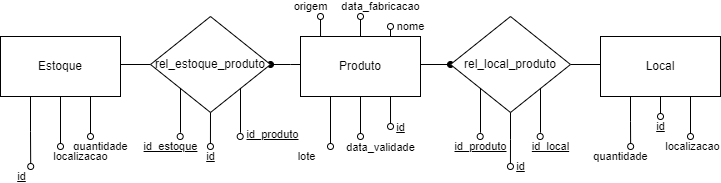
h-ssiqueira/Supermercado keeps this draw.io diagram as diagramas/MER.png. Above is the earlier version. Source tidied: cells renumbered, new cells last; positions are measured from the earlier drawing's top-left corner, leaving out a move shared by most shapes.
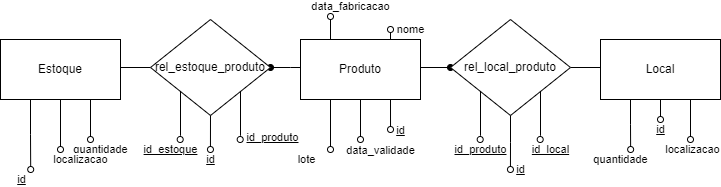
The same file after the commit.

Change to the diagram source:
```diff
@@ -3,206 +3,192 @@
     <mxCell id="0" />
     <mxCell id="1" parent="0" />
     <mxCell id="2" style="group;" parent="1" vertex="1">
-      <mxGeometry x="300" y="20" width="160" height="110" as="geometry" />
+      <mxGeometry x="300" y="20" width="120" height="130" as="geometry" />
     </mxCell>
     <mxCell id="3" style="group;" parent="2" vertex="1">
-      <mxGeometry y="-20" width="120" height="130" as="geometry" />
+      <mxGeometry width="120" height="130" as="geometry" />
     </mxCell>
-    <mxCell id="4" style="group;" parent="3" vertex="1">
-      <mxGeometry y="20" width="120" height="110" as="geometry" />
+    <mxCell id="4" style="edgeStyle=orthogonalEdgeStyle;rounded=0;jettySize=auto;html=1;exitX=0.25;exitY=1;exitDx=0;exitDy=0;endArrow=oval;endFill=0;" parent="3" edge="1" source="6">
+      <mxGeometry relative="1" as="geometry">
+        <mxPoint x="30.2" y="130" as="targetPoint" />
+      </mxGeometry>
     </mxCell>
-    <mxCell id="5" style="edgeStyle=orthogonalEdgeStyle;rounded=0;jettySize=auto;html=1;exitX=0.5;exitY=1;exitDx=0;exitDy=0;endArrow=oval;endFill=0;" parent="4" edge="1" source="10">
-      <mxGeometry relative="1" as="geometry">
-        <mxPoint x="60" y="100" as="targetPoint" />
+    <mxCell id="5" value="id" style="edgeLabel;html=1;align=center;verticalAlign=middle;fontStyle=4;" parent="4" vertex="1">
+      <mxGeometry x="0.91" y="-1" relative="1" as="geometry">
+        <mxPoint x="-9" y="13" as="offset" />
       </mxGeometry>
     </mxCell>
-    <mxCell id="6" value="data_validade" style="edgeLabel;html=1;align=center;verticalAlign=middle;points=[];" parent="5" vertex="1">
-      <mxGeometry x="0.9" relative="1" as="geometry">
-        <mxPoint x="20" y="12" as="offset" />
-      </mxGeometry>
+    <mxCell id="6" value="Estoque" style="rounded=0;whiteSpace=wrap;html=1;" parent="3" vertex="1">
+      <mxGeometry width="120" height="60" as="geometry" />
     </mxCell>
-    <mxCell id="7" style="edgeStyle=orthogonalEdgeStyle;rounded=0;jettySize=auto;html=1;exitX=0.75;exitY=1;exitDx=0;exitDy=0;endArrow=oval;endFill=0;" parent="4" edge="1" source="10">
-      <mxGeometry relative="1" as="geometry">
-        <mxPoint x="90" y="90" as="targetPoint" />
+    <mxCell id="7" value="quantidade" style="edgeStyle=orthogonalEdgeStyle;rounded=0;jettySize=auto;html=1;exitX=0.75;exitY=1;exitDx=0;exitDy=0;endArrow=oval;endFill=0;strokeWidth=1;" parent="2" edge="1" source="6">
+      <mxGeometry x="1" y="14" relative="1" as="geometry">
+        <mxPoint x="90" y="100" as="targetPoint" />
+        <mxPoint x="-4" y="10" as="offset" />
       </mxGeometry>
     </mxCell>
-    <mxCell id="8" value="id" style="edgeLabel;html=1;align=center;verticalAlign=middle;fontStyle=4;" parent="7" vertex="1">
-      <mxGeometry x="0.86" relative="1" as="geometry">
-        <mxPoint x="10" y="2" as="offset" />
-      </mxGeometry>
+    <mxCell id="8" style="group;" parent="1" vertex="1">
+      <mxGeometry x="900" y="20" width="120" height="100" as="geometry" />
     </mxCell>
-    <mxCell id="9" value="lote" style="edgeStyle=orthogonalEdgeStyle;rounded=0;jettySize=auto;html=1;exitX=0.25;exitY=1;exitDx=0;exitDy=0;endArrow=oval;endFill=0;" parent="4" edge="1" source="10">
-      <mxGeometry x="1" y="14" relative="1" as="geometry">
-        <mxPoint x="30" y="110" as="targetPoint" />
-        <Array as="points">
-          <mxPoint x="30" y="110" />
-        </Array>
-        <mxPoint x="-10" y="10" as="offset" />
+    <mxCell id="9" style="edgeStyle=orthogonalEdgeStyle;rounded=0;jettySize=auto;html=1;exitX=0.5;exitY=1;exitDx=0;exitDy=0;endArrow=oval;endFill=0;" parent="8" edge="1" source="13">
+      <mxGeometry relative="1" as="geometry">
+        <mxPoint x="60" y="80" as="targetPoint" />
       </mxGeometry>
     </mxCell>
-    <mxCell id="10" value="Produto" style="rounded=0;whiteSpace=wrap;html=1;" parent="4" vertex="1">
-      <mxGeometry width="120" height="60" as="geometry" />
+    <mxCell id="10" value="id" style="edgeLabel;html=1;align=center;verticalAlign=middle;points=[];fontStyle=4;" parent="9" vertex="1">
+      <mxGeometry x="1" y="-2" relative="1" as="geometry">
+        <mxPoint x="2" y="10" as="offset" />
+      </mxGeometry>
     </mxCell>
-    <mxCell id="11" value="data_fabricacao" style="edgeStyle=orthogonalEdgeStyle;rounded=0;jettySize=auto;html=1;endArrow=oval;endFill=0;strokeWidth=1;exitX=0.5;exitY=0;exitDx=0;exitDy=0;" parent="3" edge="1" source="10">
-      <mxGeometry x="1" y="-22" relative="1" as="geometry">
-        <mxPoint x="60" as="targetPoint" />
-        <mxPoint x="-2" y="-10" as="offset" />
+    <mxCell id="11" style="edgeStyle=orthogonalEdgeStyle;rounded=0;jettySize=auto;html=1;exitX=0.75;exitY=1;exitDx=0;exitDy=0;endArrow=oval;endFill=0;" parent="8" edge="1" source="13">
+      <mxGeometry relative="1" as="geometry">
+        <mxPoint x="90" y="100" as="targetPoint" />
       </mxGeometry>
     </mxCell>
-    <mxCell id="12" value="origem" style="edgeStyle=orthogonalEdgeStyle;rounded=0;jettySize=auto;html=1;exitX=0.167;exitY=0;exitDx=0;exitDy=0;endArrow=oval;endFill=0;strokeWidth=1;exitPerimeter=0;" parent="3" edge="1" source="10">
-      <mxGeometry x="1" y="14" relative="1" as="geometry">
-        <mxPoint x="20" as="targetPoint" />
-        <mxPoint x="4" y="-10" as="offset" />
+    <mxCell id="12" value="localizacao" style="edgeLabel;html=1;align=center;verticalAlign=middle;" parent="11" vertex="1">
+      <mxGeometry x="0.98" y="2" relative="1" as="geometry">
+        <mxPoint y="10" as="offset" />
       </mxGeometry>
     </mxCell>
-    <mxCell id="13" style="group;" parent="1" vertex="1">
-      <mxGeometry y="20" width="120" height="130" as="geometry" />
+    <mxCell id="13" value="Local" style="rounded=0;whiteSpace=wrap;html=1;" parent="8" vertex="1">
+      <mxGeometry width="120" height="60" as="geometry" />
     </mxCell>
-    <mxCell id="14" style="group;" parent="13" vertex="1">
-      <mxGeometry width="120" height="130" as="geometry" />
+    <mxCell id="14" value="quantidade" style="edgeStyle=orthogonalEdgeStyle;rounded=0;jettySize=auto;html=1;exitX=0.25;exitY=1;exitDx=0;exitDy=0;endArrow=oval;endFill=0;strokeWidth=1;" parent="1" edge="1" source="13">
+      <mxGeometry x="1" y="-14" relative="1" as="geometry">
+        <mxPoint x="930.1" y="130" as="targetPoint" />
+        <mxPoint x="4" y="10" as="offset" />
+      </mxGeometry>
     </mxCell>
-    <mxCell id="15" style="edgeStyle=orthogonalEdgeStyle;rounded=0;jettySize=auto;html=1;exitX=0.25;exitY=1;exitDx=0;exitDy=0;endArrow=oval;endFill=0;" parent="14" edge="1" source="17">
-      <mxGeometry relative="1" as="geometry">
-        <mxPoint x="30.2" y="130" as="targetPoint" />
+    <mxCell id="15" value="localizacao" style="edgeStyle=orthogonalEdgeStyle;rounded=0;jettySize=auto;html=1;exitX=0.5;exitY=1;exitDx=0;exitDy=0;endArrow=oval;endFill=0;" parent="1" edge="1" source="6">
+      <mxGeometry x="1" y="-10" relative="1" as="geometry">
+        <mxPoint x="360" y="130" as="targetPoint" />
+        <Array as="points">
+          <mxPoint x="360" y="130" />
+        </Array>
+        <mxPoint x="10" y="10" as="offset" />
       </mxGeometry>
     </mxCell>
-    <mxCell id="16" value="id" style="edgeLabel;html=1;align=center;verticalAlign=middle;fontStyle=4;" parent="15" vertex="1">
-      <mxGeometry x="0.91" y="-1" relative="1" as="geometry">
-        <mxPoint x="-9" y="13" as="offset" />
+    <mxCell id="16" style="edgeStyle=orthogonalEdgeStyle;rounded=0;jettySize=auto;html=1;exitX=1;exitY=0.5;exitDx=0;exitDy=0;entryX=0;entryY=0.5;entryDx=0;entryDy=0;endArrow=oval;endFill=1;" parent="1" edge="1" source="39" target="30">
+      <mxGeometry relative="1" as="geometry">
+        <Array as="points">
+          <mxPoint x="720" y="48" />
+        </Array>
       </mxGeometry>
     </mxCell>
-    <mxCell id="17" value="Estoque" style="rounded=0;whiteSpace=wrap;html=1;" parent="14" vertex="1">
-      <mxGeometry width="120" height="60" as="geometry" />
+    <mxCell id="17" style="edgeStyle=orthogonalEdgeStyle;rounded=0;jettySize=auto;html=1;exitX=1;exitY=0.5;exitDx=0;exitDy=0;entryX=0;entryY=0.5;entryDx=0;entryDy=0;endArrow=none;endFill=0;" parent="1" edge="1" source="30" target="13">
+      <mxGeometry relative="1" as="geometry" />
     </mxCell>
-    <mxCell id="18" value="quantidade" style="edgeStyle=orthogonalEdgeStyle;rounded=0;jettySize=auto;html=1;exitX=0.75;exitY=1;exitDx=0;exitDy=0;endArrow=oval;endFill=0;strokeWidth=1;" parent="13" edge="1" source="17">
-      <mxGeometry x="1" y="14" relative="1" as="geometry">
-        <mxPoint x="90" y="100" as="targetPoint" />
-        <mxPoint x="-4" y="10" as="offset" />
+    <mxCell id="18" style="edgeStyle=orthogonalEdgeStyle;rounded=0;jettySize=auto;html=1;exitX=1;exitY=0.5;exitDx=0;exitDy=0;entryX=0;entryY=0.5;entryDx=0;entryDy=0;endArrow=none;endFill=0;" parent="1" edge="1" source="6" target="24">
+      <mxGeometry relative="1" as="geometry">
+        <Array as="points">
+          <mxPoint x="420" y="48" />
+        </Array>
       </mxGeometry>
     </mxCell>
-    <mxCell id="19" style="group;" parent="1" vertex="1">
-      <mxGeometry x="600" y="20" width="120" height="100" as="geometry" />
+    <mxCell id="19" style="edgeStyle=orthogonalEdgeStyle;rounded=0;jettySize=auto;html=1;endArrow=oval;endFill=1;entryX=1;entryY=0.5;entryDx=0;entryDy=0;" parent="1" edge="1" source="39" target="24">
+      <mxGeometry relative="1" as="geometry">
+        <Array as="points">
+          <mxPoint x="590" y="48" />
+          <mxPoint x="590" y="48" />
+        </Array>
+      </mxGeometry>
     </mxCell>
-    <mxCell id="20" style="edgeStyle=orthogonalEdgeStyle;rounded=0;jettySize=auto;html=1;exitX=0.5;exitY=1;exitDx=0;exitDy=0;endArrow=oval;endFill=0;" parent="19" edge="1" source="24">
-      <mxGeometry relative="1" as="geometry">
-        <mxPoint x="60" y="80" as="targetPoint" />
-      </mxGeometry>
+    <mxCell id="20" style="group;" parent="1" vertex="1">
+      <mxGeometry x="450" width="120" height="130" as="geometry" />
     </mxCell>
-    <mxCell id="21" value="id" style="edgeLabel;html=1;align=center;verticalAlign=middle;fontStyle=4;" parent="20" vertex="1">
-      <mxGeometry x="1" y="-2" relative="1" as="geometry">
-        <mxPoint x="2" y="10" as="offset" />
-      </mxGeometry>
+    <mxCell id="21" style="group;" parent="20" vertex="1">
+      <mxGeometry width="120" height="120" as="geometry" />
     </mxCell>
-    <mxCell id="22" style="edgeStyle=orthogonalEdgeStyle;rounded=0;jettySize=auto;html=1;exitX=0.75;exitY=1;exitDx=0;exitDy=0;endArrow=oval;endFill=0;" parent="19" edge="1" source="24">
-      <mxGeometry relative="1" as="geometry">
-        <mxPoint x="90" y="100" as="targetPoint" />
+    <mxCell id="22" value="id_estoque" style="edgeStyle=orthogonalEdgeStyle;rounded=0;jettySize=auto;html=1;exitX=0;exitY=1;exitDx=0;exitDy=0;endArrow=oval;endFill=0;strokeWidth=1;fontStyle=4;" parent="21" edge="1" source="24">
+      <mxGeometry x="1" y="-14" relative="1" as="geometry">
+        <mxPoint x="29.7" y="120" as="targetPoint" />
+        <mxPoint x="4" y="10" as="offset" />
       </mxGeometry>
     </mxCell>
-    <mxCell id="23" value="localizacao" style="edgeLabel;html=1;align=center;verticalAlign=middle;" parent="22" vertex="1">
-      <mxGeometry x="0.98" y="2" relative="1" as="geometry">
-        <mxPoint y="10" as="offset" />
+    <mxCell id="23" value="id_produto" style="edgeStyle=orthogonalEdgeStyle;rounded=0;jettySize=auto;html=1;exitX=1;exitY=1;exitDx=0;exitDy=0;endArrow=oval;endFill=0;strokeWidth=1;fontStyle=4;" parent="21" edge="1" source="24">
+      <mxGeometry x="0.99" y="22" relative="1" as="geometry">
+        <mxPoint x="89.7" y="120" as="targetPoint" />
+        <mxPoint x="10" y="-2" as="offset" />
       </mxGeometry>
     </mxCell>
-    <mxCell id="24" value="Local" style="rounded=0;whiteSpace=wrap;html=1;" parent="19" vertex="1">
-      <mxGeometry width="120" height="60" as="geometry" />
+    <mxCell id="24" value="rel_estoque_produto" style="rhombus;whiteSpace=wrap;html=1;" parent="21" vertex="1">
+      <mxGeometry width="120" height="96" as="geometry" />
     </mxCell>
-    <mxCell id="25" value="quantidade" style="edgeStyle=orthogonalEdgeStyle;rounded=0;jettySize=auto;html=1;exitX=0.25;exitY=1;exitDx=0;exitDy=0;endArrow=oval;endFill=0;strokeWidth=1;" parent="1" edge="1" source="24">
-      <mxGeometry x="1" y="-14" relative="1" as="geometry">
-        <mxPoint x="630.1" y="130" as="targetPoint" />
-        <mxPoint x="4" y="10" as="offset" />
+    <mxCell id="25" value="&lt;u&gt;id&lt;/u&gt;" style="edgeStyle=orthogonalEdgeStyle;rounded=0;jettySize=auto;html=1;exitX=0.5;exitY=1;exitDx=0;exitDy=0;endArrow=oval;endFill=0;" parent="20" edge="1" source="24">
+      <mxGeometry x="1" y="10" relative="1" as="geometry">
+        <mxPoint x="59.9" y="130" as="targetPoint" />
+        <mxPoint x="-10" y="10" as="offset" />
       </mxGeometry>
     </mxCell>
-    <mxCell id="26" value="localizacao" style="edgeStyle=orthogonalEdgeStyle;rounded=0;jettySize=auto;html=1;exitX=0.5;exitY=1;exitDx=0;exitDy=0;endArrow=oval;endFill=0;" parent="1" edge="1" source="17">
-      <mxGeometry x="1" y="-10" relative="1" as="geometry">
-        <mxPoint x="60" y="130" as="targetPoint" />
-        <Array as="points">
-          <mxPoint x="60" y="130" />
-        </Array>
-        <mxPoint x="10" y="10" as="offset" />
-      </mxGeometry>
+    <mxCell id="26" style="group;" parent="1" vertex="1">
+      <mxGeometry x="750" width="120" height="150" as="geometry" />
     </mxCell>
-    <mxCell id="27" style="edgeStyle=orthogonalEdgeStyle;rounded=0;jettySize=auto;html=1;exitX=1;exitY=0.5;exitDx=0;exitDy=0;entryX=0;entryY=0.5;entryDx=0;entryDy=0;endArrow=oval;endFill=1;" parent="1" edge="1" source="10" target="41">
-      <mxGeometry relative="1" as="geometry">
-        <Array as="points">
-          <mxPoint x="420" y="48" />
-        </Array>
-      </mxGeometry>
+    <mxCell id="27" style="group;" parent="26" vertex="1">
+      <mxGeometry width="120" height="120" as="geometry" />
     </mxCell>
-    <mxCell id="28" style="edgeStyle=orthogonalEdgeStyle;rounded=0;jettySize=auto;html=1;exitX=1;exitY=0.5;exitDx=0;exitDy=0;entryX=0;entryY=0.5;entryDx=0;entryDy=0;endArrow=none;endFill=0;" parent="1" edge="1" source="41" target="24">
-      <mxGeometry relative="1" as="geometry" />
+    <mxCell id="28" value="id_produto" style="edgeStyle=orthogonalEdgeStyle;rounded=0;jettySize=auto;html=1;exitX=0;exitY=1;exitDx=0;exitDy=0;endArrow=oval;endFill=0;strokeWidth=1;fontStyle=4;" parent="27" edge="1" source="30">
+      <mxGeometry x="1" y="10" relative="1" as="geometry">
+        <mxPoint x="29.7" y="120" as="targetPoint" />
+        <mxPoint x="-10" y="10" as="offset" />
+      </mxGeometry>
     </mxCell>
-    <mxCell id="29" style="edgeStyle=orthogonalEdgeStyle;rounded=0;jettySize=auto;html=1;exitX=1;exitY=0.5;exitDx=0;exitDy=0;entryX=0;entryY=0.5;entryDx=0;entryDy=0;endArrow=none;endFill=0;" parent="1" edge="1" source="17" target="35">
-      <mxGeometry relative="1" as="geometry">
-        <Array as="points">
-          <mxPoint x="120" y="48" />
-        </Array>
+    <mxCell id="29" value="id_local" style="edgeStyle=orthogonalEdgeStyle;rounded=0;jettySize=auto;html=1;exitX=1;exitY=1;exitDx=0;exitDy=0;endArrow=oval;endFill=0;strokeWidth=1;fontStyle=4;" parent="27" edge="1" source="30">
+      <mxGeometry x="1" y="14" relative="1" as="geometry">
+        <mxPoint x="89.7" y="120" as="targetPoint" />
+        <mxPoint x="-4" y="10" as="offset" />
       </mxGeometry>
     </mxCell>
-    <mxCell id="30" style="edgeStyle=orthogonalEdgeStyle;rounded=0;jettySize=auto;html=1;endArrow=oval;endFill=1;entryX=1;entryY=0.5;entryDx=0;entryDy=0;" parent="1" edge="1" source="10" target="35">
-      <mxGeometry relative="1" as="geometry">
-        <Array as="points">
-          <mxPoint x="290" y="48" />
-          <mxPoint x="290" y="48" />
-        </Array>
-      </mxGeometry>
+    <mxCell id="30" value="rel_local_produto" style="rhombus;whiteSpace=wrap;html=1;" parent="27" vertex="1">
+      <mxGeometry width="120" height="96" as="geometry" />
     </mxCell>
-    <mxCell id="31" style="group;" parent="1" vertex="1">
-      <mxGeometry x="150" width="120" height="130" as="geometry" />
+    <mxCell id="31" value="&lt;u&gt;id&lt;/u&gt;" style="edgeStyle=orthogonalEdgeStyle;rounded=0;jettySize=auto;html=1;exitX=0.5;exitY=1;exitDx=0;exitDy=0;endArrow=oval;endFill=0;" parent="26" edge="1" source="30">
+      <mxGeometry x="1" y="10" relative="1" as="geometry">
+        <mxPoint x="59.9" y="150" as="targetPoint" />
+      </mxGeometry>
     </mxCell>
-    <mxCell id="32" style="group;" parent="31" vertex="1">
-      <mxGeometry width="120" height="120" as="geometry" />
+    <mxCell id="32" value="nome" style="edgeStyle=orthogonalEdgeStyle;rounded=0;jettySize=auto;html=1;exitX=0.75;exitY=0;exitDx=0;exitDy=0;endArrow=oval;endFill=0;" parent="1" edge="1" source="39">
+      <mxGeometry x="1" y="-20" relative="1" as="geometry">
+        <mxPoint x="690" y="10" as="targetPoint" />
+      </mxGeometry>
     </mxCell>
-    <mxCell id="33" value="id_estoque" style="edgeStyle=orthogonalEdgeStyle;rounded=0;jettySize=auto;html=1;exitX=0;exitY=1;exitDx=0;exitDy=0;endArrow=oval;endFill=0;strokeWidth=1;fontStyle=4;" parent="32" edge="1" source="35">
-      <mxGeometry x="1" y="-14" relative="1" as="geometry">
-        <mxPoint x="29.7" y="120" as="targetPoint" />
-        <mxPoint x="4" y="10" as="offset" />
+    <mxCell id="33" value="data_fabricacao" style="edgeStyle=orthogonalEdgeStyle;rounded=0;orthogonalLoop=1;jettySize=auto;html=1;endArrow=oval;endFill=0;strokeWidth=1;exitX=0.25;exitY=0;exitDx=0;exitDy=0;" parent="1" edge="1">
+      <mxGeometry x="1" y="-22" relative="1" as="geometry">
+        <mxPoint x="630" y="20" as="sourcePoint" />
+        <mxPoint x="630" y="-3" as="targetPoint" />
+        <mxPoint x="-2" y="-10" as="offset" />
       </mxGeometry>
     </mxCell>
-    <mxCell id="34" value="id_produto" style="edgeStyle=orthogonalEdgeStyle;rounded=0;jettySize=auto;html=1;exitX=1;exitY=1;exitDx=0;exitDy=0;endArrow=oval;endFill=0;strokeWidth=1;fontStyle=4;" parent="32" edge="1" source="35">
-      <mxGeometry x="0.99" y="22" relative="1" as="geometry">
-        <mxPoint x="89.7" y="120" as="targetPoint" />
-        <mxPoint x="10" y="-2" as="offset" />
+    <mxCell id="34" style="edgeStyle=orthogonalEdgeStyle;rounded=0;jettySize=auto;html=1;exitX=0.5;exitY=1;exitDx=0;exitDy=0;endArrow=oval;endFill=0;" parent="1" edge="1" source="39">
+      <mxGeometry relative="1" as="geometry">
+        <mxPoint x="660" y="120" as="targetPoint" />
       </mxGeometry>
     </mxCell>
-    <mxCell id="35" value="rel_estoque_produto" style="rhombus;whiteSpace=wrap;html=1;" parent="32" vertex="1">
-      <mxGeometry width="120" height="96" as="geometry" />
+    <mxCell id="35" value="data_validade" style="edgeLabel;html=1;align=center;verticalAlign=middle;points=[];" parent="34" vertex="1">
+      <mxGeometry x="0.9" relative="1" as="geometry">
+        <mxPoint x="20" y="12" as="offset" />
+      </mxGeometry>
     </mxCell>
-    <mxCell id="36" value="&lt;u&gt;id&lt;/u&gt;" style="edgeStyle=orthogonalEdgeStyle;rounded=0;jettySize=auto;html=1;exitX=0.5;exitY=1;exitDx=0;exitDy=0;endArrow=oval;endFill=0;" parent="31" edge="1" source="35">
-      <mxGeometry x="1" y="10" relative="1" as="geometry">
-        <mxPoint x="59.9" y="130" as="targetPoint" />
-        <mxPoint x="-10" y="10" as="offset" />
+    <mxCell id="36" style="edgeStyle=orthogonalEdgeStyle;rounded=0;jettySize=auto;html=1;exitX=0.75;exitY=1;exitDx=0;exitDy=0;endArrow=oval;endFill=0;" parent="1" edge="1" source="39">
+      <mxGeometry relative="1" as="geometry">
+        <mxPoint x="690" y="110" as="targetPoint" />
       </mxGeometry>
     </mxCell>
-    <mxCell id="37" style="group;" parent="1" vertex="1">
-      <mxGeometry x="450" width="120" height="150" as="geometry" />
+    <mxCell id="37" value="id" style="edgeLabel;html=1;align=center;verticalAlign=middle;fontStyle=4;" parent="36" vertex="1">
+      <mxGeometry x="0.86" relative="1" as="geometry">
+        <mxPoint x="10" y="2" as="offset" />
+      </mxGeometry>
     </mxCell>
-    <mxCell id="38" style="group;" parent="37" vertex="1">
-      <mxGeometry width="120" height="120" as="geometry" />
+    <mxCell id="38" value="lote" style="edgeStyle=orthogonalEdgeStyle;rounded=0;jettySize=auto;html=1;exitX=0.25;exitY=1;exitDx=0;exitDy=0;endArrow=oval;endFill=0;" parent="1" edge="1" source="39">
+      <mxGeometry x="1" y="14" relative="1" as="geometry">
+        <mxPoint x="630" y="130" as="targetPoint" />
+        <Array as="points">
+          <mxPoint x="630" y="130" />
+        </Array>
+        <mxPoint x="-10" y="10" as="offset" />
+      </mxGeometry>
     </mxCell>
-    <mxCell id="39" value="id_produto" style="edgeStyle=orthogonalEdgeStyle;rounded=0;jettySize=auto;html=1;exitX=0;exitY=1;exitDx=0;exitDy=0;endArrow=oval;endFill=0;strokeWidth=1;fontStyle=4;" parent="38" edge="1" source="41">
-      <mxGeometry x="1" y="10" relative="1" as="geometry">
-        <mxPoint x="29.7" y="120" as="targetPoint" />
-        <mxPoint x="-10" y="10" as="offset" />
-      </mxGeometry>
+    <mxCell id="39" value="Produto" style="rounded=0;whiteSpace=wrap;html=1;" parent="1" vertex="1">
+      <mxGeometry x="600" y="20" width="120" height="60" as="geometry" />
     </mxCell>
-    <mxCell id="40" value="id_local" style="edgeStyle=orthogonalEdgeStyle;rounded=0;jettySize=auto;html=1;exitX=1;exitY=1;exitDx=0;exitDy=0;endArrow=oval;endFill=0;strokeWidth=1;fontStyle=4;" parent="38" edge="1" source="41">
-      <mxGeometry x="1" y="14" relative="1" as="geometry">
-        <mxPoint x="89.7" y="120" as="targetPoint" />
-        <mxPoint x="-4" y="10" as="offset" />
-      </mxGeometry>
-    </mxCell>
-    <mxCell id="41" value="rel_local_produto" style="rhombus;whiteSpace=wrap;html=1;" parent="38" vertex="1">
-      <mxGeometry width="120" height="96" as="geometry" />
-    </mxCell>
-    <mxCell id="42" value="&lt;u&gt;id&lt;/u&gt;" style="edgeStyle=orthogonalEdgeStyle;rounded=0;jettySize=auto;html=1;exitX=0.5;exitY=1;exitDx=0;exitDy=0;endArrow=oval;endFill=0;" parent="37" edge="1" source="41">
-      <mxGeometry x="1" y="10" relative="1" as="geometry">
-        <mxPoint x="59.9" y="150" as="targetPoint" />
-      </mxGeometry>
-    </mxCell>
-    <mxCell id="43" value="nome" style="edgeStyle=orthogonalEdgeStyle;rounded=0;jettySize=auto;html=1;exitX=0.75;exitY=0;exitDx=0;exitDy=0;endArrow=oval;endFill=0;" parent="1" edge="1" source="10">
-      <mxGeometry x="1" y="-20" relative="1" as="geometry">
-        <mxPoint x="390" y="10" as="targetPoint" />
-      </mxGeometry>
-    </mxCell>
   </root>
 </mxGraphModel>
```
